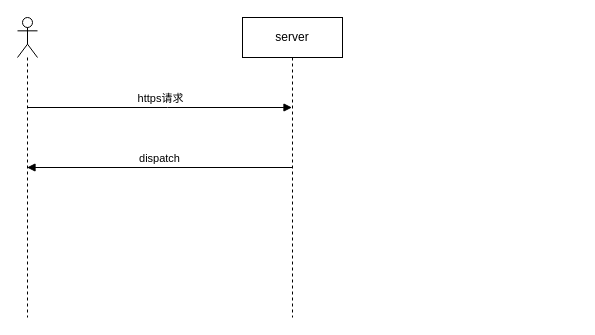
Harekaze-Misakiakeno/uml keeps this draw.io diagram as Untitled Diagram.drawio. Above is the earlier version. Source tidied: cells renumbered, new cells numbered last; positions are measured from the earlier drawing's top-left corner, leaving out a move shared by most shapes. Both pictures are drawn from the tidied source at 100%, with x=0, y=0 at pixel (17, 17).
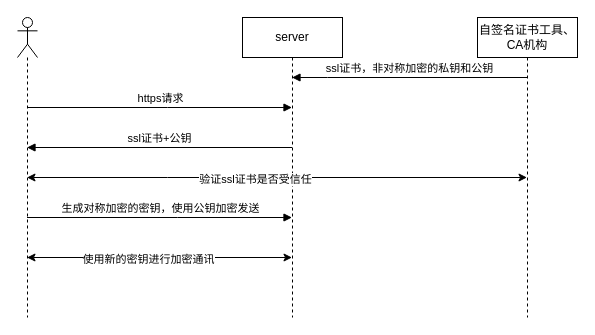
The same page after the edit.

Unchanged cells that the change refers to:
```xml
<mxCell id="2" style="shape=umlLifeline;perimeter=lifelinePerimeter;whiteSpace=wrap;html=1;outlineConnect=0;portConstraint=eastwest;newEdgeStyle={&quot;curved&quot;:0,&quot;rounded&quot;:0};participant=umlActor;" parent="1" vertex="1">
  <mxGeometry width="20" height="300" as="geometry" />
</mxCell>
<mxCell id="3" value="server" style="shape=umlLifeline;perimeter=lifelinePerimeter;whiteSpace=wrap;html=1;outlineConnect=0;portConstraint=eastwest;newEdgeStyle={&quot;curved&quot;:0,&quot;rounded&quot;:0};" parent="1" vertex="1">
  <mxGeometry x="225" width="100" height="300" as="geometry" />
</mxCell>
```

Diff of the diagram source:
```diff
@@
-    <mxCell id="5" value="dispatch" style="html=1;verticalAlign=bottom;endArrow=block;curved=0;rounded=0;" parent="1" edge="1" source="3" target="2">
-      <mxGeometry relative="1" as="geometry" />
+    <mxCell id="5" value="ssl证书+公钥" style="html=1;verticalAlign=bottom;endArrow=block;curved=0;rounded=0;" parent="1" edge="1">
+      <mxGeometry relative="1" as="geometry">
+        <mxPoint x="274.5" y="130" as="sourcePoint" />
+        <mxPoint x="9.5" y="130" as="targetPoint" />
+      </mxGeometry>
     </mxCell>
+    <mxCell id="6" value="自签名证书工具、CA机构" style="shape=umlLifeline;perimeter=lifelinePerimeter;whiteSpace=wrap;html=1;outlineConnect=0;portConstraint=eastwest;newEdgeStyle={&quot;curved&quot;:0,&quot;rounded&quot;:0};" parent="1" vertex="1">
+      <mxGeometry x="460" width="100" height="300" as="geometry" />
+    </mxCell>
+    <mxCell id="7" value="ssl证书，非对称加密的私钥和公钥" style="html=1;verticalAlign=bottom;endArrow=block;curved=0;rounded=0;" parent="1" edge="1" source="6" target="3">
+      <mxGeometry relative="1" as="geometry">
+        <Array as="points">
+          <mxPoint x="310" y="60" />
+        </Array>
+      </mxGeometry>
+    </mxCell>
+    <mxCell id="8" style="endArrow=classic;startArrow=classic;html=1;rounded=0;" parent="1" edge="1">
+      <mxGeometry relative="1" as="geometry">
+        <mxPoint x="9.5" y="160" as="sourcePoint" />
+        <mxPoint x="509.5" y="160" as="targetPoint" />
+        <Array as="points">
+          <mxPoint x="150" y="160" />
+        </Array>
+      </mxGeometry>
+    </mxCell>
+    <mxCell id="9" value="验证ssl证书是否受信任" style="edgeLabel;html=1;align=center;verticalAlign=middle;" parent="8" vertex="1">
+      <mxGeometry x="-0.09" y="-1" relative="1" as="geometry" />
+    </mxCell>
+    <mxCell id="10" value="生成对称加密的密钥，使用公钥加密发送" style="html=1;verticalAlign=bottom;endArrow=block;curved=0;rounded=0;" parent="1" edge="1">
+      <mxGeometry relative="1" as="geometry">
+        <mxPoint x="9.5" y="200" as="sourcePoint" />
+        <mxPoint x="274.5" y="200" as="targetPoint" />
+        <Array as="points">
+          <mxPoint x="160" y="200" />
+        </Array>
+      </mxGeometry>
+    </mxCell>
+    <mxCell id="11" style="endArrow=classic;startArrow=classic;html=1;rounded=0;" parent="1" edge="1">
+      <mxGeometry relative="1" as="geometry">
+        <mxPoint x="9.5" y="240" as="sourcePoint" />
+        <mxPoint x="274.5" y="240" as="targetPoint" />
+        <Array as="points">
+          <mxPoint x="160.5" y="240" />
+        </Array>
+      </mxGeometry>
+    </mxCell>
+    <mxCell id="12" value="使用新的密钥进行加密通讯" style="edgeLabel;html=1;align=center;verticalAlign=middle;" parent="11" vertex="1">
+      <mxGeometry x="-0.09" y="-1" relative="1" as="geometry" />
+    </mxCell>
```
